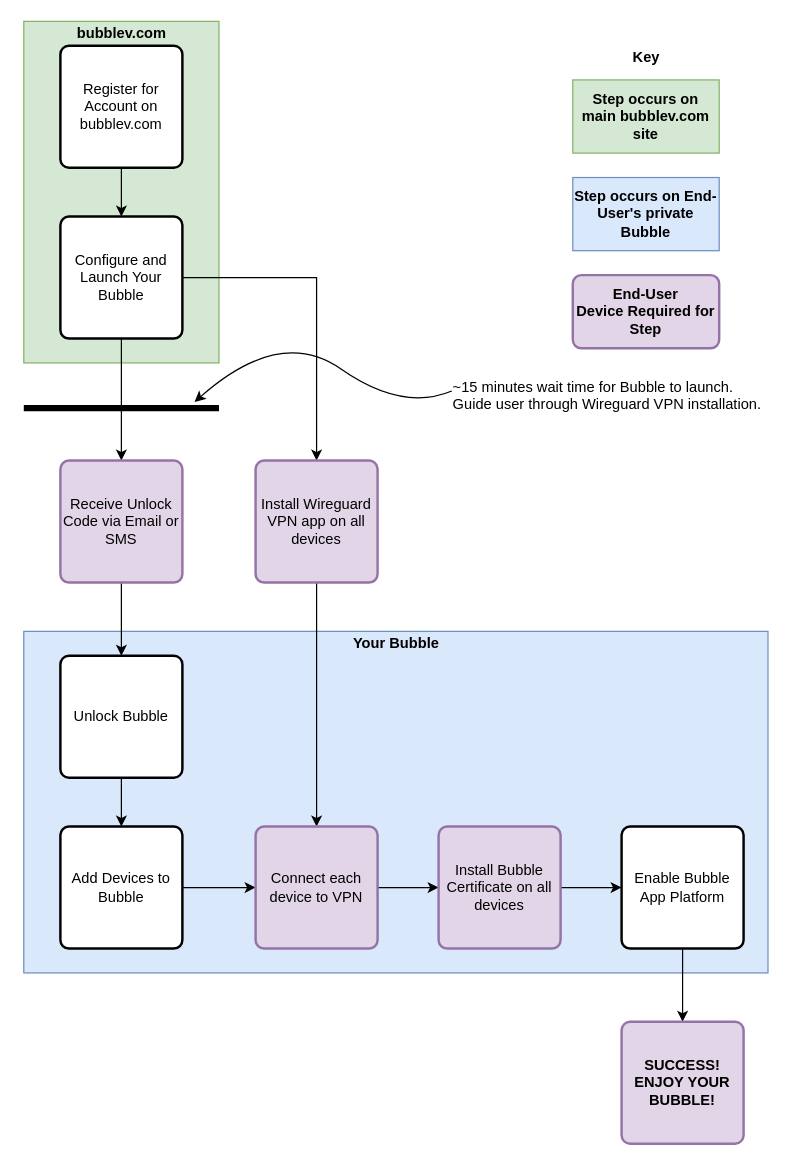
Above: arch/bubble-onboarding.drawio in getbubblenow/bubble-docs (draw.io), before the change. Source tidied: cells renumbered, new cells numbered last; positions are measured from the earlier drawing's top-left corner, leaving out a move shared by most shapes. Both pictures are drawn from the tidied source at 122%, with x=0, y=0 at pixel (23, 21).
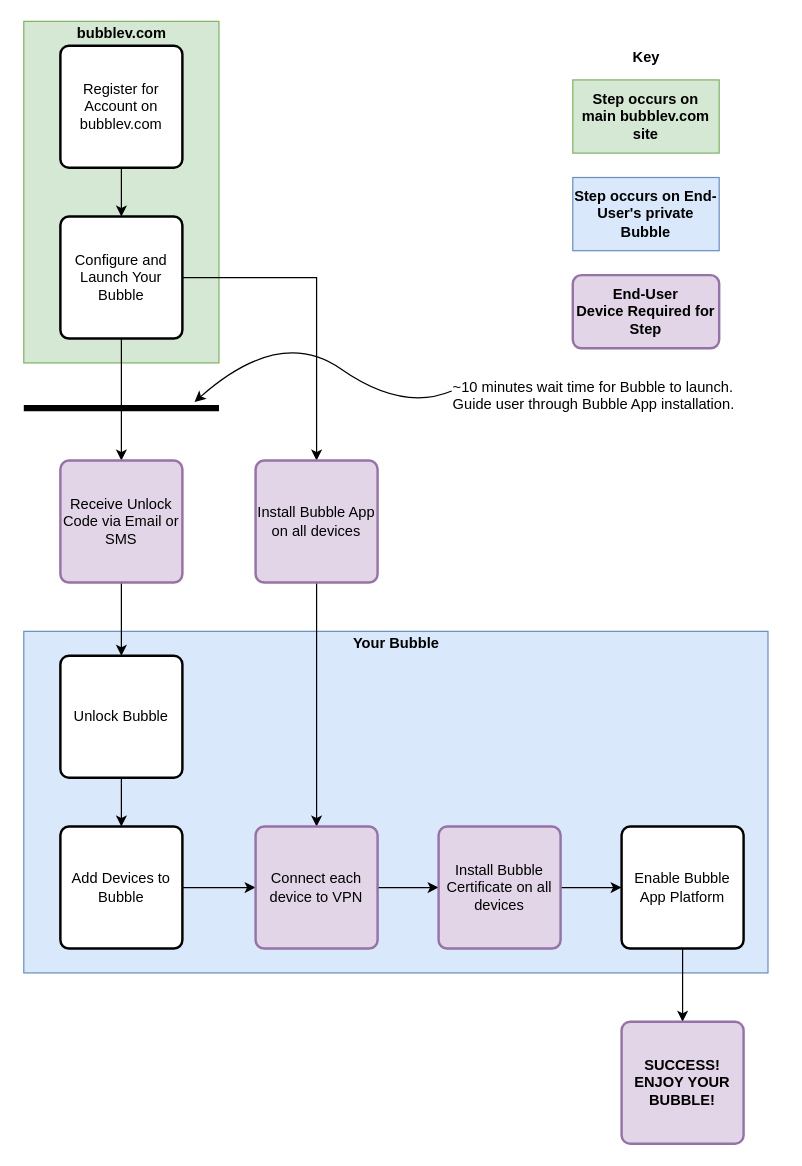
Above is the later version.

Commit message (it also covers changes not shown here):
update onboarding diagram

Change to the diagram source:
```diff
@@
-    <mxCell id="16" value="Install Wireguard VPN app on all devices" style="rounded=1;whiteSpace=wrap;html=1;absoluteArcSize=1;arcSize=14;strokeWidth=2;fillColor=#e1d5e7;strokeColor=#9673a6;" parent="1" vertex="1">
+    <mxCell id="16" value="Install Bubble App on all devices" style="rounded=1;whiteSpace=wrap;html=1;absoluteArcSize=1;arcSize=14;strokeWidth=2;fillColor=#e1d5e7;strokeColor=#9673a6;" parent="1" vertex="1">
       <mxGeometry x="190" y="360" width="100" height="100" as="geometry" />
     </mxCell>
@@
-    <mxCell id="31" value="~15 minutes wait time for Bubble to launch.&lt;br&gt;Guide user through Wireguard VPN installation." style="text;html=1;points=[];align=left;verticalAlign=top;spacingTop=-4;" parent="1" vertex="1">
-      <mxGeometry x="350" y="290" width="270" height="30" as="geometry" />
+    <mxCell id="31" value="~10 minutes wait time for Bubble to launch.&lt;br&gt;Guide user through Bubble App installation." style="text;html=1;points=[];align=left;verticalAlign=top;spacingTop=-4;" parent="1" vertex="1">
+      <mxGeometry x="350" y="290" width="250" height="30" as="geometry" />
     </mxCell>
```
